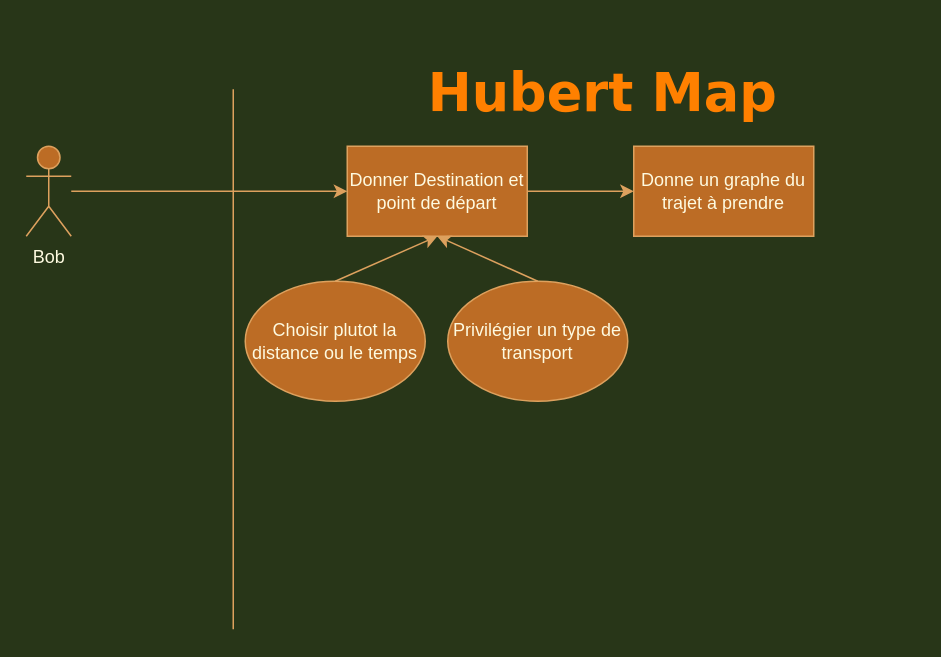
Earlier version of the draw.io diagram Use case diagram Hubert Map.drawio (wehddn/M1-GenieLogicielAvance-Projet). Source tidied: cells renumbered, new cells numbered last; positions are measured from the earlier drawing's top-left corner, leaving out a move shared by most shapes. Both pictures are drawn from the tidied source at 150%, with x=0, y=0 at pixel (26, 52).
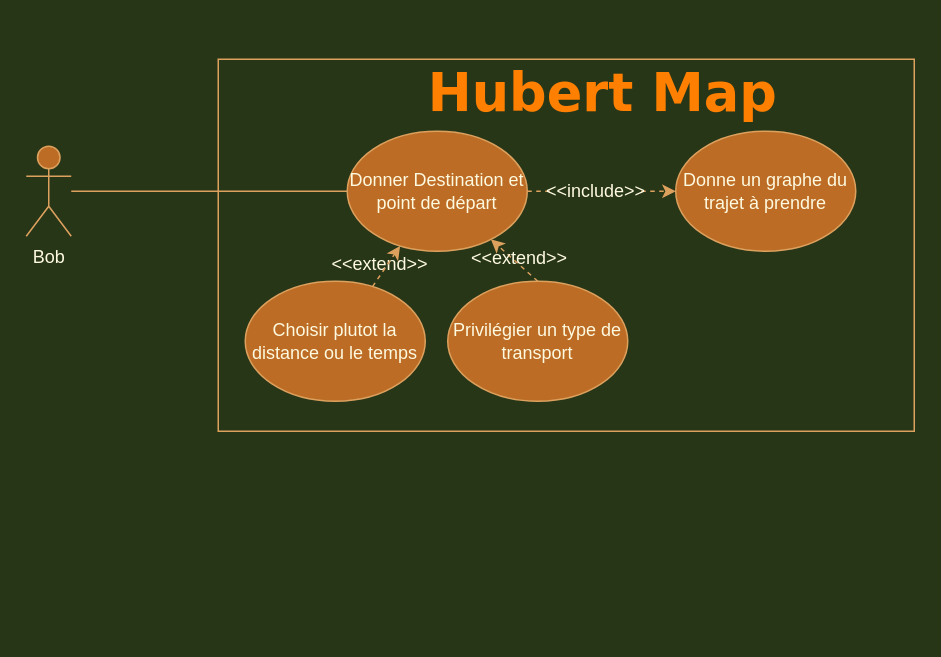
The same diagram, later.

Commit message:
Update use case diagram

The edit, as a diff of the source:
```diff
@@
 <mxGraphModel background="#283618">
   <root>
     <mxCell id="0" />
     <mxCell id="1" parent="0" />
-    <mxCell id="2" style="edgeStyle=orthogonalEdgeStyle;rounded=0;jettySize=auto;html=1;labelBackgroundColor=#283618;strokeColor=#DDA15E;fontColor=#FEFAE0;" parent="1" edge="1" source="3" target="6">
+    <mxCell id="2" style="edgeStyle=orthogonalEdgeStyle;rounded=0;jettySize=auto;html=1;labelBackgroundColor=#283618;strokeColor=#DDA15E;fontColor=#FEFAE0;endArrow=none;endFill=0;entryX=0;entryY=0.5;entryDx=0;entryDy=0;" parent="1" edge="1" source="3" target="6">
       <mxGeometry relative="1" as="geometry" />
     </mxCell>
     <mxCell id="3" value="Bob" style="shape=umlActor;verticalLabelPosition=bottom;verticalAlign=top;html=1;outlineConnect=0;fillColor=#BC6C25;strokeColor=#DDA15E;fontColor=#FEFAE0;" parent="1" vertex="1">
       <mxGeometry y="62" width="30" height="60" as="geometry" />
     </mxCell>
-    <mxCell id="4" style="endArrow=none;html=1;rounded=0;labelBackgroundColor=#283618;strokeColor=#DDA15E;fontColor=#FEFAE0;" parent="1" edge="1">
-      <mxGeometry relative="1" as="geometry">
-        <mxPoint x="138" y="384" as="sourcePoint" />
-        <mxPoint x="138" y="24" as="targetPoint" />
-      </mxGeometry>
-    </mxCell>
-    <mxCell id="5" style="edgeStyle=orthogonalEdgeStyle;rounded=0;jettySize=auto;html=1;exitX=1;exitY=0.5;exitDx=0;exitDy=0;entryX=0;entryY=0.5;entryDx=0;entryDy=0;labelBackgroundColor=#283618;strokeColor=#DDA15E;fontColor=#FEFAE0;" parent="1" edge="1" source="6" target="7">
+    <mxCell id="5" style="edgeStyle=orthogonalEdgeStyle;rounded=0;jettySize=auto;html=1;exitX=1;exitY=0.5;exitDx=0;exitDy=0;entryX=0;entryY=0.5;entryDx=0;entryDy=0;labelBackgroundColor=#283618;strokeColor=#DDA15E;fontColor=#FEFAE0;endArrow=classic;endFill=1;dashed=1;startArrow=none;" parent="1" edge="1" source="14" target="7">
       <mxGeometry relative="1" as="geometry" />
     </mxCell>
+    <mxCell id="8" value="Choisir plutot la distance ou le temps" style="ellipse;whiteSpace=wrap;html=1;fillColor=#BC6C25;strokeColor=#DDA15E;fontColor=#FEFAE0;" parent="1" vertex="1">
+      <mxGeometry x="146" y="152" width="120" height="80" as="geometry" />
+    </mxCell>
+    <mxCell id="9" value="Privilégier un type de transport" style="ellipse;whiteSpace=wrap;html=1;fillColor=#BC6C25;strokeColor=#DDA15E;fontColor=#FEFAE0;" parent="1" vertex="1">
+      <mxGeometry x="281" y="152" width="120" height="80" as="geometry" />
+    </mxCell>
+    <mxCell id="11" style="endArrow=classic;html=1;rounded=0;exitX=0.5;exitY=0;exitDx=0;exitDy=0;labelBackgroundColor=#283618;strokeColor=#DDA15E;fontColor=#FEFAE0;dashed=1;" parent="1" edge="1" source="9" target="6">
+      <mxGeometry relative="1" as="geometry" />
+    </mxCell>
+    <mxCell id="12" value="&lt;h1 style=&quot;font-size: 35px;&quot;&gt;&lt;font style=&quot;font-size: 35px;&quot; face=&quot;Verdana&quot; color=&quot;#FF8000&quot;&gt;Hubert Map&lt;/font&gt;&lt;/h1&gt;" style="text;html=1;strokeColor=none;fillColor=none;align=center;verticalAlign=middle;whiteSpace=wrap;rounded=0;sketch=0;fontColor=#FEFAE0;" parent="1" vertex="1">
+      <mxGeometry x="214" width="341" height="52" as="geometry" />
+    </mxCell>
-    <mxCell id="6" value="Donner Destination et point de départ" style="rounded=0;whiteSpace=wrap;html=1;fillColor=#BC6C25;strokeColor=#DDA15E;fontColor=#FEFAE0;" parent="1" vertex="1">
-      <mxGeometry x="214" y="62" width="120" height="60" as="geometry" />
+    <mxCell id="6" value="Donner Destination et point de départ" style="ellipse;whiteSpace=wrap;html=1;fillColor=#BC6C25;strokeColor=#DDA15E;fontColor=#FEFAE0;" parent="1" vertex="1">
+      <mxGeometry x="214" y="52" width="120" height="80" as="geometry" />
     </mxCell>
-    <mxCell id="7" value="Donne un graphe du trajet à prendre" style="rounded=0;whiteSpace=wrap;html=1;fillColor=#BC6C25;strokeColor=#DDA15E;fontColor=#FEFAE0;" parent="1" vertex="1">
-      <mxGeometry x="405" y="62" width="120" height="60" as="geometry" />
+    <mxCell id="7" value="Donne un graphe du trajet à prendre" style="ellipse;whiteSpace=wrap;html=1;fillColor=#BC6C25;strokeColor=#DDA15E;fontColor=#FEFAE0;" parent="1" vertex="1">
+      <mxGeometry x="433" y="52" width="120" height="80" as="geometry" />
     </mxCell>
-    <mxCell id="8" value="Choisir plutot la distance ou le temps" style="ellipse;whiteSpace=wrap;html=1;fillColor=#BC6C25;strokeColor=#DDA15E;fontColor=#FEFAE0;" parent="1" vertex="1">
-      <mxGeometry x="146" y="152" width="120" height="80" as="geometry" />
-    </mxCell>
-    <mxCell id="9" value="Privilégier un type de transport" style="ellipse;whiteSpace=wrap;html=1;fillColor=#BC6C25;strokeColor=#DDA15E;fontColor=#FEFAE0;" parent="1" vertex="1">
-      <mxGeometry x="281" y="152" width="120" height="80" as="geometry" />
-    </mxCell>
+    <mxCell id="13" style="edgeStyle=orthogonalEdgeStyle;rounded=0;jettySize=auto;html=1;exitX=1;exitY=0.5;exitDx=0;exitDy=0;entryX=0;entryY=0.5;entryDx=0;entryDy=0;labelBackgroundColor=#283618;strokeColor=#DDA15E;fontColor=#FEFAE0;endArrow=none;endFill=1;dashed=1;" parent="1" edge="1" source="6" target="14">
+      <mxGeometry relative="1" as="geometry" />
+    </mxCell>
+    <mxCell id="14" value="&amp;lt;&amp;lt;include&amp;gt;&amp;gt;" style="text;html=1;strokeColor=none;fillColor=none;align=center;verticalAlign=middle;whiteSpace=wrap;rounded=0;fontColor=#FEFAE0;" parent="1" vertex="1">
+      <mxGeometry x="350" y="77" width="60" height="30" as="geometry" />
+    </mxCell>
+    <mxCell id="15" value="&amp;lt;&amp;lt;extend&amp;gt;&amp;gt;" style="text;html=1;strokeColor=none;fillColor=none;align=center;verticalAlign=middle;whiteSpace=wrap;rounded=0;fontColor=#FEFAE0;" parent="1" vertex="1">
+      <mxGeometry x="299" y="122" width="60" height="30" as="geometry" />
+    </mxCell>
+    <mxCell id="16" value="&amp;lt;&amp;lt;extend&amp;gt;&amp;gt;" style="text;html=1;strokeColor=none;fillColor=none;align=center;verticalAlign=middle;whiteSpace=wrap;rounded=0;fontColor=#FEFAE0;" parent="1" vertex="1">
+      <mxGeometry x="206" y="126" width="60" height="30" as="geometry" />
+    </mxCell>
-    <mxCell id="10" style="endArrow=classic;html=1;rounded=0;exitX=0.5;exitY=0;exitDx=0;exitDy=0;entryX=0.5;entryY=1;entryDx=0;entryDy=0;labelBackgroundColor=#283618;strokeColor=#DDA15E;fontColor=#FEFAE0;" parent="1" edge="1" source="8" target="6">
+    <mxCell id="10" style="endArrow=classic;html=1;rounded=0;fontColor=#FEFAE0;strokeColor=#DDA15E;endFill=1;dashed=1;" parent="1" edge="1" source="8" target="6">
       <mxGeometry relative="1" as="geometry" />
     </mxCell>
-    <mxCell id="11" style="endArrow=classic;html=1;rounded=0;exitX=0.5;exitY=0;exitDx=0;exitDy=0;entryX=0.5;entryY=1;entryDx=0;entryDy=0;labelBackgroundColor=#283618;strokeColor=#DDA15E;fontColor=#FEFAE0;" parent="1" edge="1" source="9" target="6">
-      <mxGeometry relative="1" as="geometry" />
-    </mxCell>
-    <mxCell id="12" value="&lt;h1 style=&quot;font-size: 35px;&quot;&gt;&lt;font style=&quot;font-size: 35px;&quot; face=&quot;Verdana&quot; color=&quot;#FF8000&quot;&gt;Hubert Map&lt;/font&gt;&lt;/h1&gt;" style="text;html=1;strokeColor=none;fillColor=none;align=center;verticalAlign=middle;whiteSpace=wrap;rounded=0;sketch=0;fontColor=#FEFAE0;" parent="1" vertex="1">
-      <mxGeometry x="214" width="341" height="52" as="geometry" />
-    </mxCell>
+    <mxCell id="17" style="rounded=0;whiteSpace=wrap;html=1;fillColor=none;strokeColor=#DDA15E;" parent="1" vertex="1">
+      <mxGeometry x="128" y="4" width="464" height="248" as="geometry" />
+    </mxCell>
   </root>
 </mxGraphModel>
```
